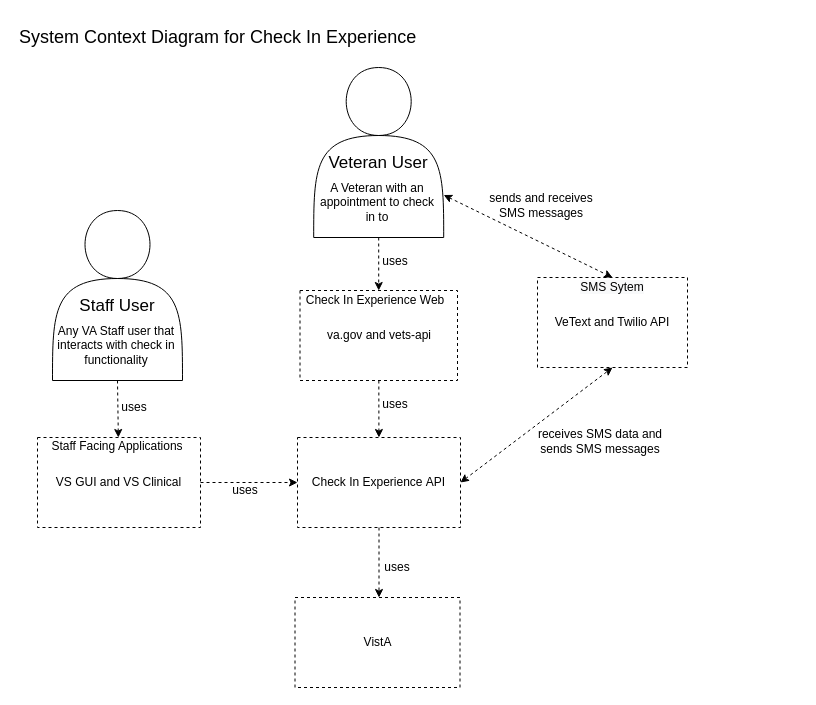
This is products/health-care/checkin/engineering/architecture-diagrams/systemContextDiagram_checkInExp.drawio from department-of-veterans-affairs/va.gov-team, a draw.io file, before an edit. Source tidied: cells renumbered, new cells numbered last; positions are measured from the earlier drawing's top-left corner, leaving out a move shared by most shapes. Both pictures are drawn from the tidied source at 100%, with x=0, y=0 at pixel (17, 17).
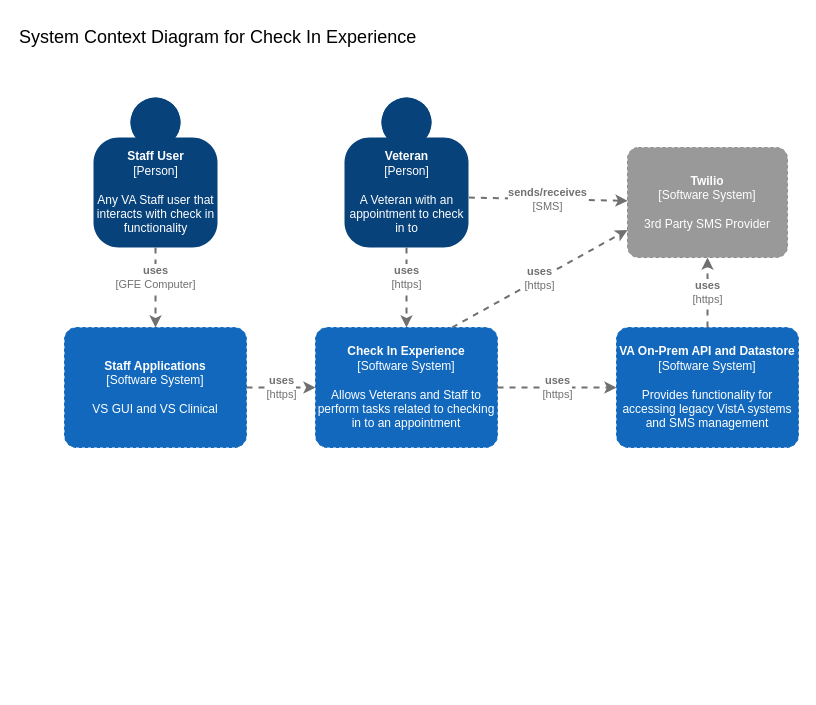
After the change.

Commit message (it also covers changes not shown here):
use c4 elements in diagram

The edit, as a diff of the source:
```diff
@@
-    <mxCell id="2" value="&lt;font style=&quot;font-size: 17px&quot;&gt;&lt;br&gt;Veteran User&lt;/font&gt;" style="shape=actor;whiteSpace=wrap;html=1;" parent="1" vertex="1">
-      <mxGeometry x="296.2" y="50" width="130" height="170" as="geometry" />
-    </mxCell>
-    <mxCell id="3" value="va.gov and vets-api&lt;br&gt;" style="rounded=0;whiteSpace=wrap;html=1;dashed=1;" parent="1" vertex="1">
-      <mxGeometry x="282.5" y="273" width="157.5" height="90" as="geometry" />
-    </mxCell>
-    <mxCell id="4" value="VeText and Twilio API" style="rounded=0;whiteSpace=wrap;html=1;dashed=1;" parent="1" vertex="1">
-      <mxGeometry x="520" y="260" width="150" height="90" as="geometry" />
-    </mxCell>
-    <mxCell id="5" value="&lt;span&gt;Check In Experience&amp;nbsp;API&lt;/span&gt;" style="rounded=0;whiteSpace=wrap;html=1;dashed=1;" parent="1" vertex="1">
-      <mxGeometry x="280" y="420" width="163" height="90" as="geometry" />
-    </mxCell>
@@
-    <mxCell id="7" value="Check In Experience Web" style="text;html=1;strokeColor=none;fillColor=none;align=center;verticalAlign=middle;whiteSpace=wrap;rounded=0;dashed=1;" parent="1" vertex="1">
-      <mxGeometry x="282.5" y="273" width="150" height="20" as="geometry" />
-    </mxCell>
-    <mxCell id="8" value="&lt;span style=&quot;color: rgb(0, 0, 0); font-family: helvetica; font-size: 12px; font-style: normal; font-weight: 400; letter-spacing: normal; text-align: center; text-indent: 0px; text-transform: none; word-spacing: 0px; background-color: rgb(248, 249, 250); display: inline; float: none;&quot;&gt;SMS Sytem&lt;/span&gt;&lt;br style=&quot;color: rgb(0, 0, 0); font-family: helvetica; font-size: 12px; font-style: normal; font-weight: 400; letter-spacing: normal; text-align: center; text-indent: 0px; text-transform: none; word-spacing: 0px; background-color: rgb(248, 249, 250);&quot;&gt;" style="text;html=1;strokeColor=none;fillColor=none;align=center;verticalAlign=middle;whiteSpace=wrap;rounded=0;dashed=1;" parent="1" vertex="1">
-      <mxGeometry x="520" y="260" width="150" height="20" as="geometry" />
-    </mxCell>
-    <mxCell id="9" style="endArrow=classic;startArrow=classic;html=1;exitX=1;exitY=0.75;exitDx=0;exitDy=0;dashed=1;entryX=0.5;entryY=0;entryDx=0;entryDy=0;" parent="1" edge="1" source="2" target="8">
-      <mxGeometry relative="1" as="geometry" />
-    </mxCell>
-    <mxCell id="10" value="sends and receives SMS messages" style="text;html=1;strokeColor=none;fillColor=none;align=center;verticalAlign=middle;whiteSpace=wrap;rounded=0;dashed=1;" parent="1" vertex="1">
-      <mxGeometry x="469" y="173" width="110" height="30" as="geometry" />
-    </mxCell>
-    <mxCell id="11" style="endArrow=classic;html=1;dashed=1;exitX=0.5;exitY=1;exitDx=0;exitDy=0;" parent="1" edge="1" source="2" target="3">
-      <mxGeometry relative="1" as="geometry" />
-    </mxCell>
-    <mxCell id="12" value="uses" style="text;html=1;strokeColor=none;fillColor=none;align=center;verticalAlign=middle;whiteSpace=wrap;rounded=0;dashed=1;" parent="1" vertex="1">
-      <mxGeometry x="358" y="234" width="40" height="20" as="geometry" />
-    </mxCell>
-    <mxCell id="13" style="endArrow=classic;startArrow=classic;html=1;exitX=1;exitY=0.5;exitDx=0;exitDy=0;dashed=1;entryX=0.5;entryY=1;entryDx=0;entryDy=0;" parent="1" edge="1" source="5" target="4">
-      <mxGeometry relative="1" as="geometry" />
-    </mxCell>
-    <mxCell id="14" value="receives SMS data and sends SMS messages" style="text;html=1;strokeColor=none;fillColor=none;align=center;verticalAlign=middle;whiteSpace=wrap;rounded=0;dashed=1;" parent="1" vertex="1">
-      <mxGeometry x="516" y="409" width="134" height="30" as="geometry" />
-    </mxCell>
-    <mxCell id="15" value="A Veteran with an appointment to check in to" style="text;html=1;strokeColor=none;fillColor=none;align=center;verticalAlign=middle;whiteSpace=wrap;rounded=0;dashed=1;fontSize=12;" parent="1" vertex="1">
-      <mxGeometry x="300" y="160" width="120" height="50" as="geometry" />
-    </mxCell>
-    <mxCell id="16" style="endArrow=classic;html=1;dashed=1;" parent="1" edge="1" source="3" target="5">
-      <mxGeometry relative="1" as="geometry" />
-    </mxCell>
-    <mxCell id="17" value="uses" style="text;html=1;strokeColor=none;fillColor=none;align=center;verticalAlign=middle;whiteSpace=wrap;rounded=0;dashed=1;" parent="1" vertex="1">
-      <mxGeometry x="358" y="377" width="40" height="20" as="geometry" />
-    </mxCell>
-    <mxCell id="18" value="VS GUI and VS Clinical" style="rounded=0;whiteSpace=wrap;html=1;dashed=1;" parent="1" vertex="1">
-      <mxGeometry x="20" y="420" width="163" height="90" as="geometry" />
-    </mxCell>
-    <mxCell id="19" value="Staff Facing Applications" style="text;html=1;strokeColor=none;fillColor=none;align=center;verticalAlign=middle;whiteSpace=wrap;rounded=0;dashed=1;fontSize=12;" parent="1" vertex="1">
-      <mxGeometry x="20" y="419" width="160" height="20" as="geometry" />
-    </mxCell>
-    <mxCell id="20" style="endArrow=classic;html=1;dashed=1;exitX=1;exitY=0.5;exitDx=0;exitDy=0;" parent="1" edge="1" source="18" target="5">
-      <mxGeometry relative="1" as="geometry" />
-    </mxCell>
-    <mxCell id="21" value="uses" style="text;html=1;strokeColor=none;fillColor=none;align=center;verticalAlign=middle;whiteSpace=wrap;rounded=0;dashed=1;" parent="1" vertex="1">
-      <mxGeometry x="208" y="463" width="40" height="20" as="geometry" />
-    </mxCell>
-    <mxCell id="22" value="&lt;font style=&quot;font-size: 17px&quot;&gt;&lt;br&gt;Staff User&lt;/font&gt;" style="shape=actor;whiteSpace=wrap;html=1;" parent="1" vertex="1">
-      <mxGeometry x="35" y="193" width="130" height="170" as="geometry" />
-    </mxCell>
-    <mxCell id="23" style="endArrow=classic;html=1;dashed=1;exitX=0.5;exitY=1;exitDx=0;exitDy=0;" parent="1" edge="1" source="22" target="18">
-      <mxGeometry relative="1" as="geometry" />
-    </mxCell>
-    <mxCell id="24" value="uses" style="text;html=1;strokeColor=none;fillColor=none;align=center;verticalAlign=middle;whiteSpace=wrap;rounded=0;dashed=1;" parent="1" vertex="1">
-      <mxGeometry x="96.8" y="380" width="40" height="20" as="geometry" />
-    </mxCell>
-    <mxCell id="25" value="Any VA Staff user that interacts with check in functionality" style="text;html=1;strokeColor=none;fillColor=none;align=center;verticalAlign=middle;whiteSpace=wrap;rounded=0;dashed=1;fontSize=12;" parent="1" vertex="1">
-      <mxGeometry x="38.8" y="303" width="120" height="50" as="geometry" />
-    </mxCell>
-    <mxCell id="26" value="VistA" style="rounded=0;whiteSpace=wrap;html=1;dashed=1;" parent="1" vertex="1">
-      <mxGeometry x="277.5" y="580" width="165" height="90" as="geometry" />
-    </mxCell>
-    <mxCell id="27" style="endArrow=classic;html=1;dashed=1;entryX=0.5;entryY=0;entryDx=0;entryDy=0;" parent="1" edge="1" source="5">
-      <mxGeometry relative="1" as="geometry">
-        <mxPoint x="361.5" y="580" as="targetPoint" />
-      </mxGeometry>
-    </mxCell>
-    <mxCell id="28" value="uses" style="text;html=1;strokeColor=none;fillColor=none;align=center;verticalAlign=middle;whiteSpace=wrap;rounded=0;dashed=1;" parent="1" vertex="1">
-      <mxGeometry x="360" y="540" width="40" height="20" as="geometry" />
-    </mxCell>
+    <object id="29" label="&lt;b&gt;%c4Name%&lt;/b&gt;&lt;div&gt;[%c4Type%]&lt;/div&gt;&lt;br&gt;&lt;div&gt;%c4Description%&lt;/div&gt;" c4Description="A Veteran with an&#10;appointment to check&#10;in to" c4Name="Veteran" c4Type="Person" placeholders="1">
+      <mxCell style="html=1;dashed=0;whitespace=wrap;fillColor=#08427b;strokeColor=none;fontColor=#ffffff;shape=mxgraph.c4.person;align=center;points=[[0.5,0,0],[1,0.5,0],[1,0.75,0],[0.75,1,0],[0.5,1,0],[0.25,1,0],[0,0.75,0],[0,0.5,0]];metaData={&quot;c4Type&quot;:{&quot;editable&quot;:false}};" parent="1" vertex="1">
+        <mxGeometry x="327" y="80" width="124" height="150" as="geometry" />
+      </mxCell>
+    </object>
+    <object id="30" label="&lt;b&gt;%c4Name%&lt;/b&gt;&lt;div&gt;[%c4Type%]&lt;/div&gt;&lt;br&gt;&lt;div&gt;%c4Description%&lt;/div&gt;" c4Description="Allows Veterans and Staff to perform tasks related to checking in to an appointment" c4Name="Check In Experience" c4Type="Software System" placeholders="1">
+      <mxCell style="rounded=1;whiteSpace=wrap;html=1;labelBackgroundColor=none;fillColor=#1168BD;fontColor=#ffffff;align=center;arcSize=10;strokeColor=#1168BD;metaData={&quot;c4Type&quot;:{&quot;editable&quot;:false}};points=[[0.25,0,0],[0.5,0,0],[0.75,0,0],[1,0.25,0],[1,0.5,0],[1,0.75,0],[0.75,1,0],[0.5,1,0],[0.25,1,0],[0,0.75,0],[0,0.5,0],[0,0.25,0]];dashed=1;" parent="1" vertex="1">
+        <mxGeometry x="298" y="310" width="182" height="120" as="geometry" />
+      </mxCell>
+    </object>
+    <object id="31" label="&lt;b&gt;%c4Name%&lt;/b&gt;&lt;div&gt;[%c4Type%]&lt;/div&gt;&lt;br&gt;&lt;div&gt;%c4Description%&lt;/div&gt;" c4Description="Provides functionality for accessing legacy VistA systems and SMS management" c4Name="VA On-Prem API and Datastore" c4Type="Software System" placeholders="1">
+      <mxCell style="rounded=1;whiteSpace=wrap;html=1;labelBackgroundColor=none;fillColor=#1168BD;fontColor=#ffffff;align=center;arcSize=10;strokeColor=#1168BD;metaData={&quot;c4Type&quot;:{&quot;editable&quot;:false}};points=[[0.25,0,0],[0.5,0,0],[0.75,0,0],[1,0.25,0],[1,0.5,0],[1,0.75,0],[0.75,1,0],[0.5,1,0],[0.25,1,0],[0,0.75,0],[0,0.5,0],[0,0.25,0]];dashed=1;" parent="1" vertex="1">
+        <mxGeometry x="599" y="310" width="182" height="120" as="geometry" />
+      </mxCell>
+    </object>
+    <object id="32" label="&lt;b&gt;%c4Name%&lt;/b&gt;&lt;div&gt;[%c4Type%]&lt;/div&gt;&lt;br&gt;&lt;div&gt;%c4Description%&lt;/div&gt;" c4Description="VS GUI and VS Clinical" c4Name="Staff Applications" c4Type="Software System" placeholders="1">
+      <mxCell style="rounded=1;whiteSpace=wrap;html=1;labelBackgroundColor=none;fillColor=#1168BD;fontColor=#ffffff;align=center;arcSize=10;strokeColor=#1168BD;metaData={&quot;c4Type&quot;:{&quot;editable&quot;:false}};points=[[0.25,0,0],[0.5,0,0],[0.75,0,0],[1,0.25,0],[1,0.5,0],[1,0.75,0],[0.75,1,0],[0.5,1,0],[0.25,1,0],[0,0.75,0],[0,0.5,0],[0,0.25,0]];dashed=1;" parent="1" vertex="1">
+        <mxGeometry x="47" y="310" width="182" height="120" as="geometry" />
+      </mxCell>
+    </object>
+    <object id="33" label="&lt;b&gt;%c4Name%&lt;/b&gt;&lt;div&gt;[%c4Type%]&lt;/div&gt;&lt;br&gt;&lt;div&gt;%c4Description%&lt;/div&gt;" c4Description="Any VA Staff user that&#10;interacts with check in&#10;functionality" c4Name="Staff User" c4Type="Person" placeholders="1">
+      <mxCell style="html=1;dashed=0;whitespace=wrap;fillColor=#08427b;strokeColor=none;fontColor=#ffffff;shape=mxgraph.c4.person;align=center;points=[[0.5,0,0],[1,0.5,0],[1,0.75,0],[0.75,1,0],[0.5,1,0],[0.25,1,0],[0,0.75,0],[0,0.5,0]];metaData={&quot;c4Type&quot;:{&quot;editable&quot;:false}};" parent="1" vertex="1">
+        <mxGeometry x="76" y="80" width="124" height="150" as="geometry" />
+      </mxCell>
+    </object>
+    <object id="34" label="&lt;div style=&quot;text-align: left&quot;&gt;&lt;div style=&quot;text-align: center&quot;&gt;&lt;b&gt;%c4Description%&lt;/b&gt;&lt;/div&gt;&lt;div style=&quot;text-align: center&quot;&gt;[%c4Technology%]&lt;/div&gt;&lt;/div&gt;" c4Description="uses" c4Technology="GFE Computer" placeholders="1">
+      <mxCell style="edgeStyle=none;rounded=0;html=1;jettySize=auto;strokeColor=#707070;strokeWidth=2;fontColor=#707070;jumpStyle=none;dashed=1;metaData={&quot;c4Type&quot;:{&quot;editable&quot;:false}};exitX=0.5;exitY=1;exitDx=0;exitDy=0;exitPerimeter=0;" parent="1" edge="1" source="33" target="32">
+        <mxGeometry x="-0.25" relative="1" as="geometry" />
+      </mxCell>
+    </object>
+    <object id="35" label="&lt;div style=&quot;text-align: left&quot;&gt;&lt;div style=&quot;text-align: center&quot;&gt;&lt;b&gt;%c4Description%&lt;/b&gt;&lt;/div&gt;&lt;div style=&quot;text-align: center&quot;&gt;[%c4Technology%]&lt;/div&gt;&lt;/div&gt;" c4Description="uses" c4Technology="https" placeholders="1">
+      <mxCell style="edgeStyle=none;rounded=0;html=1;entryX=0;entryY=0.5;jettySize=auto;strokeColor=#707070;strokeWidth=2;fontColor=#707070;jumpStyle=none;dashed=1;metaData={&quot;c4Type&quot;:{&quot;editable&quot;:false}};exitX=1;exitY=0.5;exitDx=0;exitDy=0;exitPerimeter=0;entryDx=0;entryDy=0;entryPerimeter=0;" parent="1" edge="1" source="32" target="30">
+        <mxGeometry relative="1" as="geometry" />
+      </mxCell>
+    </object>
+    <object id="36" label="&lt;div style=&quot;text-align: left&quot;&gt;&lt;div style=&quot;text-align: center&quot;&gt;&lt;b&gt;%c4Description%&lt;/b&gt;&lt;/div&gt;&lt;div style=&quot;text-align: center&quot;&gt;[%c4Technology%]&lt;/div&gt;&lt;/div&gt;" c4Description="uses" c4Technology="https" placeholders="1">
+      <mxCell style="edgeStyle=none;rounded=0;html=1;entryX=0.5;entryY=0;jettySize=auto;strokeColor=#707070;strokeWidth=2;fontColor=#707070;jumpStyle=none;dashed=1;metaData={&quot;c4Type&quot;:{&quot;editable&quot;:false}};exitX=0.5;exitY=1;exitDx=0;exitDy=0;exitPerimeter=0;entryDx=0;entryDy=0;entryPerimeter=0;" parent="1" edge="1" source="29" target="30">
+        <mxGeometry x="-0.25" relative="1" as="geometry" />
+      </mxCell>
+    </object>
+    <object id="37" label="&lt;div style=&quot;text-align: left&quot;&gt;&lt;div style=&quot;text-align: center&quot;&gt;&lt;b&gt;%c4Description%&lt;/b&gt;&lt;/div&gt;&lt;div style=&quot;text-align: center&quot;&gt;[%c4Technology%]&lt;/div&gt;&lt;/div&gt;" c4Description="uses" c4Technology="https" placeholders="1">
+      <mxCell style="edgeStyle=none;rounded=0;html=1;entryX=0;entryY=0.5;jettySize=auto;strokeColor=#707070;strokeWidth=2;fontColor=#707070;jumpStyle=none;dashed=1;metaData={&quot;c4Type&quot;:{&quot;editable&quot;:false}};entryDx=0;entryDy=0;entryPerimeter=0;exitX=1;exitY=0.5;exitDx=0;exitDy=0;exitPerimeter=0;" parent="1" edge="1" source="30" target="31">
+        <mxGeometry relative="1" as="geometry" />
+      </mxCell>
+    </object>
+    <object id="38" label="&lt;b&gt;%c4Name%&lt;/b&gt;&lt;div&gt;[%c4Type%]&lt;/div&gt;&lt;br&gt;&lt;div&gt;%c4Description%&lt;/div&gt;" c4Description="3rd Party SMS Provider" c4Name="Twilio" c4Type="Software System" placeholders="1">
+      <mxCell style="rounded=1;whiteSpace=wrap;html=1;labelBackgroundColor=none;fillColor=#999999;fontColor=#ffffff;align=center;arcSize=10;strokeColor=#8A8A8A;metaData={&quot;c4Type&quot;:{&quot;editable&quot;:false}};points=[[0.25,0,0],[0.5,0,0],[0.75,0,0],[1,0.25,0],[1,0.5,0],[1,0.75,0],[0.75,1,0],[0.5,1,0],[0.25,1,0],[0,0.75,0],[0,0.5,0],[0,0.25,0]];dashed=1;" parent="1" vertex="1">
+        <mxGeometry x="610" y="130" width="160" height="110" as="geometry" />
+      </mxCell>
+    </object>
+    <object id="39" label="&lt;div style=&quot;text-align: left&quot;&gt;&lt;div style=&quot;text-align: center&quot;&gt;&lt;b&gt;%c4Description%&lt;/b&gt;&lt;/div&gt;&lt;div style=&quot;text-align: center&quot;&gt;[%c4Technology%]&lt;/div&gt;&lt;/div&gt;" c4Description="uses" c4Technology="https" placeholders="1">
+      <mxCell style="edgeStyle=none;rounded=0;html=1;entryX=0;entryY=0.75;jettySize=auto;strokeColor=#707070;strokeWidth=2;fontColor=#707070;jumpStyle=none;dashed=1;metaData={&quot;c4Type&quot;:{&quot;editable&quot;:false}};entryDx=0;entryDy=0;entryPerimeter=0;exitX=0.75;exitY=0;exitDx=0;exitDy=0;exitPerimeter=0;" parent="1" edge="1" source="30" target="38">
+        <mxGeometry relative="1" as="geometry" />
+      </mxCell>
+    </object>
+    <object id="40" label="&lt;div style=&quot;text-align: left&quot;&gt;&lt;div style=&quot;text-align: center&quot;&gt;&lt;b&gt;%c4Description%&lt;/b&gt;&lt;/div&gt;&lt;div style=&quot;text-align: center&quot;&gt;[%c4Technology%]&lt;/div&gt;&lt;/div&gt;" c4Description="uses" c4Technology="https" placeholders="1">
+      <mxCell style="edgeStyle=none;rounded=0;html=1;entryX=0.5;entryY=1;jettySize=auto;strokeColor=#707070;strokeWidth=2;fontColor=#707070;jumpStyle=none;dashed=1;metaData={&quot;c4Type&quot;:{&quot;editable&quot;:false}};exitX=0.5;exitY=0;exitDx=0;exitDy=0;exitPerimeter=0;entryDx=0;entryDy=0;entryPerimeter=0;" parent="1" edge="1" source="31" target="38">
+        <mxGeometry relative="1" as="geometry" />
+      </mxCell>
+    </object>
+    <object id="41" label="&lt;div style=&quot;text-align: left&quot;&gt;&lt;div style=&quot;text-align: center&quot;&gt;&lt;b&gt;%c4Description%&lt;/b&gt;&lt;/div&gt;&lt;div style=&quot;text-align: center&quot;&gt;[%c4Technology%]&lt;/div&gt;&lt;/div&gt;" c4Description="sends/receives" c4Technology="SMS" placeholders="1">
+      <mxCell style="edgeStyle=none;rounded=0;html=1;jettySize=auto;strokeColor=#707070;strokeWidth=2;fontColor=#707070;jumpStyle=none;dashed=1;metaData={&quot;c4Type&quot;:{&quot;editable&quot;:false}};exitX=1.003;exitY=0.667;exitDx=0;exitDy=0;exitPerimeter=0;" parent="1" edge="1" source="29" target="38">
+        <mxGeometry relative="1" as="geometry" />
+      </mxCell>
+    </object>
```
